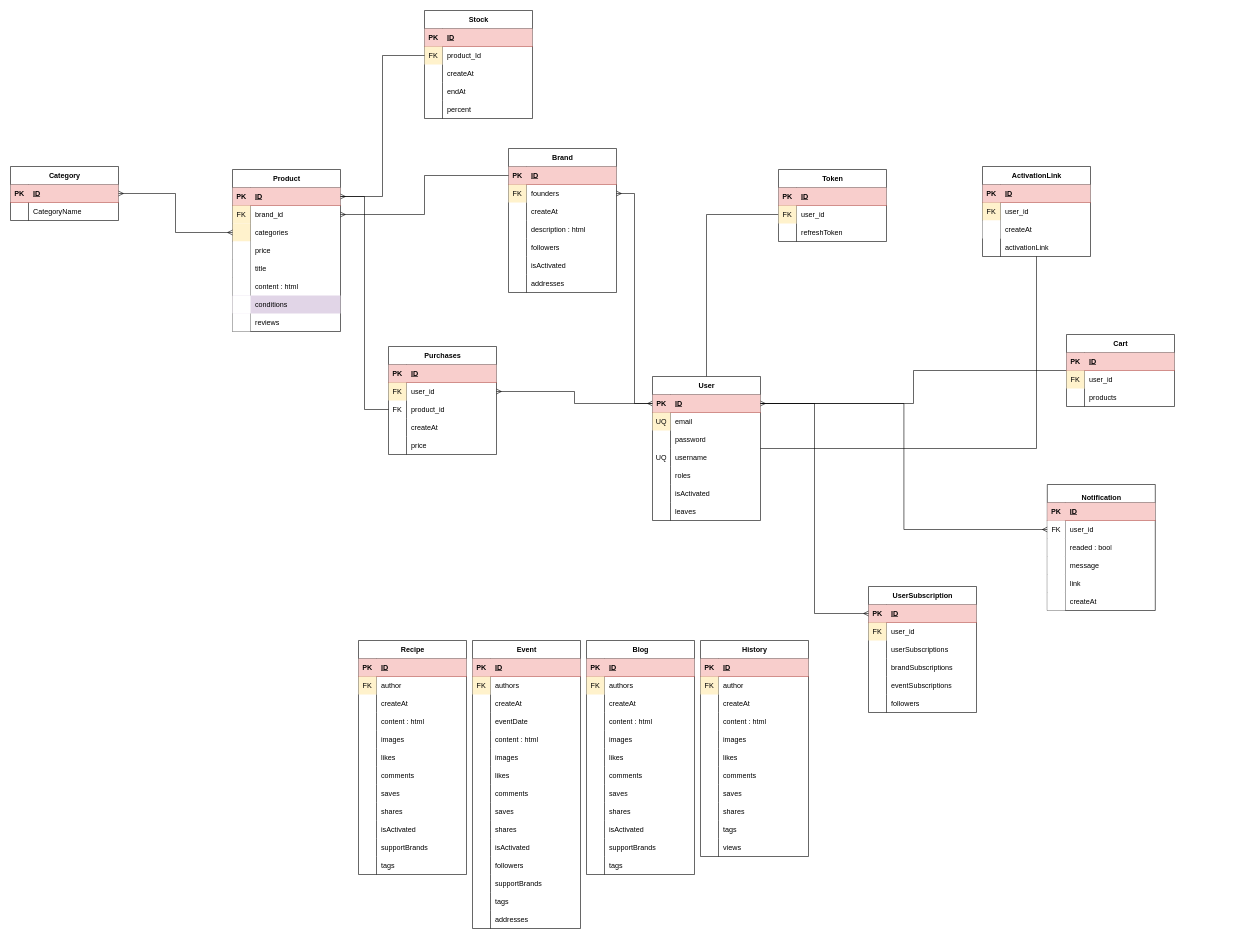
Dulatbay/gowebhackathon keeps this draw.io diagram as Диаграмма без названия.drawio. Above is the earlier version. Source tidied: cells renumbered, new cells numbered last; positions are measured from the earlier drawing's top-left corner, leaving out a move shared by most shapes. Both pictures are drawn from the tidied source at 60%, with x=0, y=0 at pixel (10, 10).
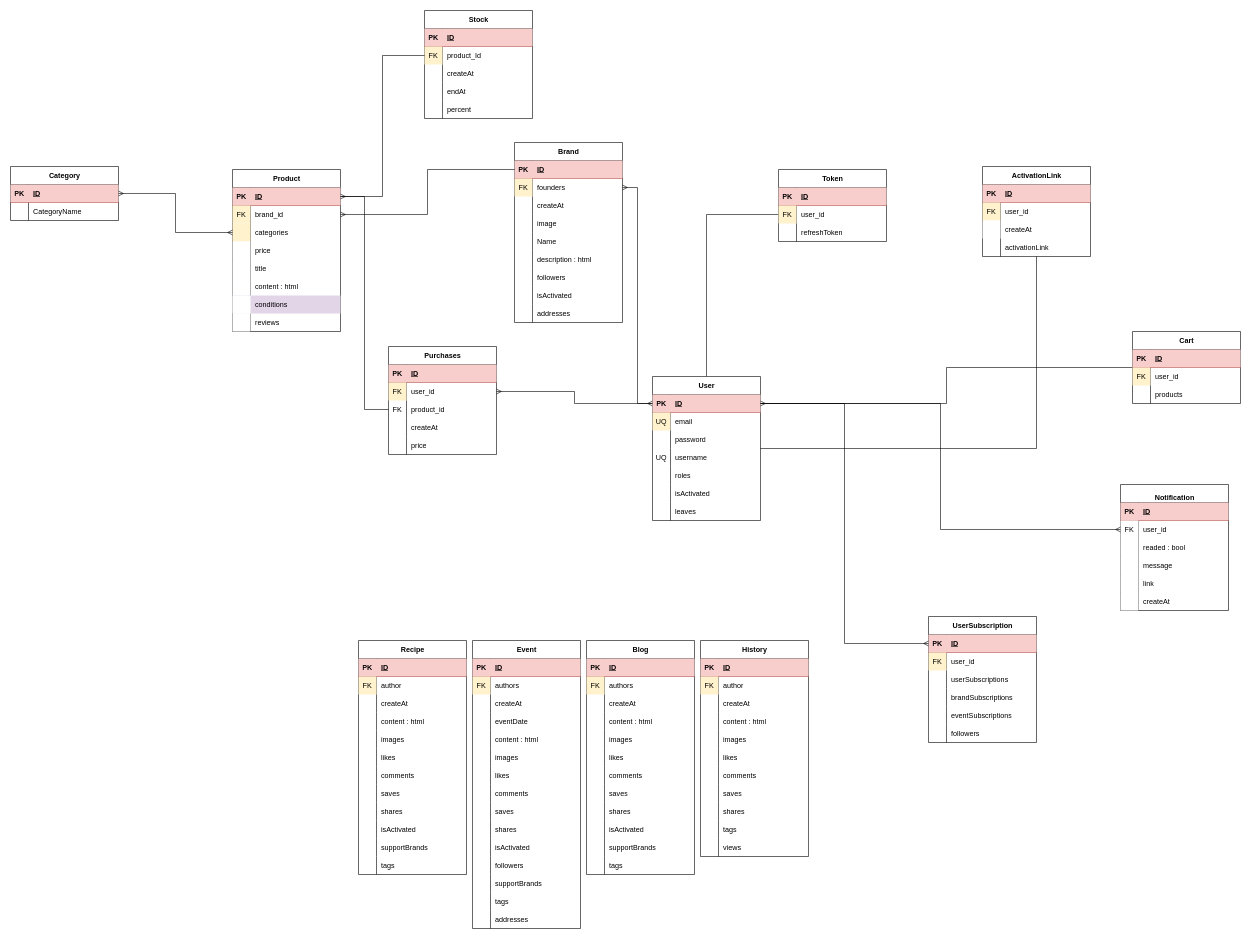
The same page after the edit.

The edit, as a diff of the source:
```diff
@@
     <mxCell id="144" value="Brand" style="shape=table;startSize=30;childLayout=tableLayout;rowLines=0;fontStyle=1;align=center;html=1;strokeWidth=1;" parent="1" vertex="1">
-      <mxGeometry x="830" y="230" width="180" height="240" as="geometry" />
+      <mxGeometry x="840" y="220" width="180" height="300" as="geometry" />
     </mxCell>
@@
+    <mxCell id="346" style="shape=tableRow;horizontal=0;startSize=0;swimlaneHead=0;swimlaneBody=0;fillColor=none;top=0;left=0;right=0;bottom=0;" parent="144" vertex="1">
+      <mxGeometry y="120" width="180" height="30" as="geometry" />
+    </mxCell>
+    <mxCell id="347" style="shape=partialRectangle;fillColor=none;top=0;left=0;bottom=0;right=0;overflow=hidden;whiteSpace=wrap;html=1;" parent="346" vertex="1">
+      <mxGeometry width="30" height="30" as="geometry" />
+    </mxCell>
+    <mxCell id="348" value="image" style="shape=partialRectangle;fillColor=none;top=0;left=0;bottom=0;right=0;align=left;spacingLeft=6;overflow=hidden;whiteSpace=wrap;html=1;" parent="346" vertex="1">
+      <mxGeometry x="30" width="150" height="30" as="geometry" />
+    </mxCell>
+    <mxCell id="349" style="shape=tableRow;horizontal=0;startSize=0;swimlaneHead=0;swimlaneBody=0;fillColor=none;top=0;left=0;right=0;bottom=0;" parent="144" vertex="1">
+      <mxGeometry y="150" width="180" height="30" as="geometry" />
+    </mxCell>
+    <mxCell id="350" style="shape=partialRectangle;fillColor=none;top=0;left=0;bottom=0;right=0;overflow=hidden;whiteSpace=wrap;html=1;" parent="349" vertex="1">
+      <mxGeometry width="30" height="30" as="geometry" />
+    </mxCell>
+    <mxCell id="351" value="Name" style="shape=partialRectangle;fillColor=none;top=0;left=0;bottom=0;right=0;align=left;spacingLeft=6;overflow=hidden;whiteSpace=wrap;html=1;" parent="349" vertex="1">
+      <mxGeometry x="30" width="150" height="30" as="geometry" />
+    </mxCell>
     <mxCell id="154" style="shape=tableRow;horizontal=0;startSize=0;swimlaneHead=0;swimlaneBody=0;fillColor=none;top=0;left=0;right=0;bottom=0;" parent="144" vertex="1">
-      <mxGeometry y="120" width="180" height="30" as="geometry" />
+      <mxGeometry y="180" width="180" height="30" as="geometry" />
     </mxCell>
@@
     <mxCell id="157" style="shape=tableRow;horizontal=0;startSize=0;swimlaneHead=0;swimlaneBody=0;fillColor=none;top=0;left=0;right=0;bottom=0;" parent="144" vertex="1">
-      <mxGeometry y="150" width="180" height="30" as="geometry" />
+      <mxGeometry y="210" width="180" height="30" as="geometry" />
     </mxCell>
@@
     <mxCell id="160" style="shape=tableRow;horizontal=0;startSize=0;swimlaneHead=0;swimlaneBody=0;fillColor=none;top=0;left=0;right=0;bottom=0;" parent="144" vertex="1">
-      <mxGeometry y="180" width="180" height="30" as="geometry" />
+      <mxGeometry y="240" width="180" height="30" as="geometry" />
     </mxCell>
@@
     <mxCell id="163" style="shape=tableRow;horizontal=0;startSize=0;swimlaneHead=0;swimlaneBody=0;fillColor=none;top=0;left=0;right=0;bottom=0;" parent="144" vertex="1">
-      <mxGeometry y="210" width="180" height="30" as="geometry" />
+      <mxGeometry y="270" width="180" height="30" as="geometry" />
     </mxCell>
@@
     <mxCell id="241" value="Cart" style="shape=table;startSize=30;childLayout=tableLayout;rowLines=0;fontStyle=1;align=center;html=1;strokeWidth=1;" parent="1" vertex="1">
-      <mxGeometry x="1760" y="540" width="180" height="120" as="geometry" />
+      <mxGeometry x="1870" y="535" width="180" height="120" as="geometry" />
     </mxCell>
@@
     <mxCell id="269" value="&lt;br&gt;Notification" style="shape=table;startSize=30;childLayout=tableLayout;rowLines=0;fontStyle=1;align=center;html=1;strokeWidth=1;" parent="1" vertex="1">
-      <mxGeometry x="1728" y="790" width="180" height="210" as="geometry" />
+      <mxGeometry x="1850" y="790" width="180" height="210" as="geometry" />
     </mxCell>
@@
     <mxCell id="289" value="UserSubscription" style="shape=table;startSize=30;childLayout=tableLayout;rowLines=0;fontStyle=1;align=center;html=1;strokeWidth=1;" parent="1" vertex="1">
-      <mxGeometry x="1430" y="960" width="180" height="210" as="geometry" />
+      <mxGeometry x="1530" y="1010" width="180" height="210" as="geometry" />
     </mxCell>
```
